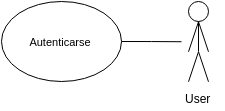
This is latex/imagenes/CasosDeUsoUser.png from FlyingPumba/tp2-inge1, a draw.io export, as it was before one commit. Source tidied: cells renumbered, new cells last; positions are measured from the earlier drawing's top-left corner, leaving out a move shared by most shapes.
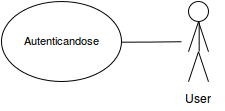
After the change.

Commit message:
Nuevas vistas Casos de uso

Diff of the diagram source:
```diff
@@ -7,7 +7,7 @@
     </mxCell>
     <mxCell id="3" style="edgeStyle=orthogonalEdgeStyle;rounded=0;html=1;exitX=0.5;exitY=1;endArrow=none;endFill=0;jettySize=auto;" parent="1" edge="1" source="2">
       <mxGeometry x="785.4" y="-2085.9" as="geometry">
-        <mxPoint x="197" y="50" as="targetPoint" />
+        <mxPoint x="197.7" y="50" as="targetPoint" />
       </mxGeometry>
     </mxCell>
     <mxCell id="4" style="endArrow=none;html=1;endFill=0;" parent="1" edge="1">
@@ -34,16 +34,16 @@
         <mxPoint x="197" y="50.3" as="targetPoint" />
       </mxGeometry>
     </mxCell>
-    <mxCell id="8" value="&lt;span&gt;Autenticarse&amp;nbsp;&lt;/span&gt;&lt;br&gt;" style="ellipse;whiteSpace=wrap;html=1;fontSize=11;" parent="1" vertex="1">
-      <mxGeometry y="0.2" width="120" height="80" as="geometry" />
+    <mxCell id="8" value="User" style="text;html=1;points=[];align=left;verticalAlign=top;spacingTop=-4;" parent="1" vertex="1">
+      <mxGeometry x="182" y="88.1" width="40" height="20" as="geometry" />
     </mxCell>
-    <mxCell id="9" style="edgeStyle=orthogonalEdgeStyle;curved=1;rounded=0;html=1;exitX=1;exitY=0.5;startArrow=none;startFill=0;endArrow=none;endFill=0;jettySize=auto;fontSize=15;" parent="1" edge="1" source="8">
-      <mxGeometry x="708" y="-2066" as="geometry">
-        <mxPoint x="180" y="40.2" as="targetPoint" />
-      </mxGeometry>
+    <mxCell id="9" value="&lt;span&gt;Autenticandose&lt;/span&gt;" style="ellipse;whiteSpace=wrap;html=1;fontSize=11;" parent="1" vertex="1">
+      <mxGeometry y="0.2" width="120" height="80" as="geometry" />
     </mxCell>
-    <mxCell id="10" value="User" style="text;html=1;align=left;verticalAlign=top;spacingTop=-4;" parent="1" vertex="1">
-      <mxGeometry x="182" y="88.1" width="40" height="20" as="geometry" />
+    <mxCell id="10" style="edgeStyle=orthogonalEdgeStyle;curved=1;rounded=0;html=1;exitX=1;exitY=0.5;startArrow=none;startFill=0;endArrow=none;endFill=0;jettySize=auto;fontSize=15;" parent="1" edge="1" source="9">
+      <mxGeometry x="708.3" y="-2065.8" as="geometry">
+        <mxPoint x="180" y="40.2" as="targetPoint" />
+      </mxGeometry>
     </mxCell>
   </root>
 </mxGraphModel>
```
